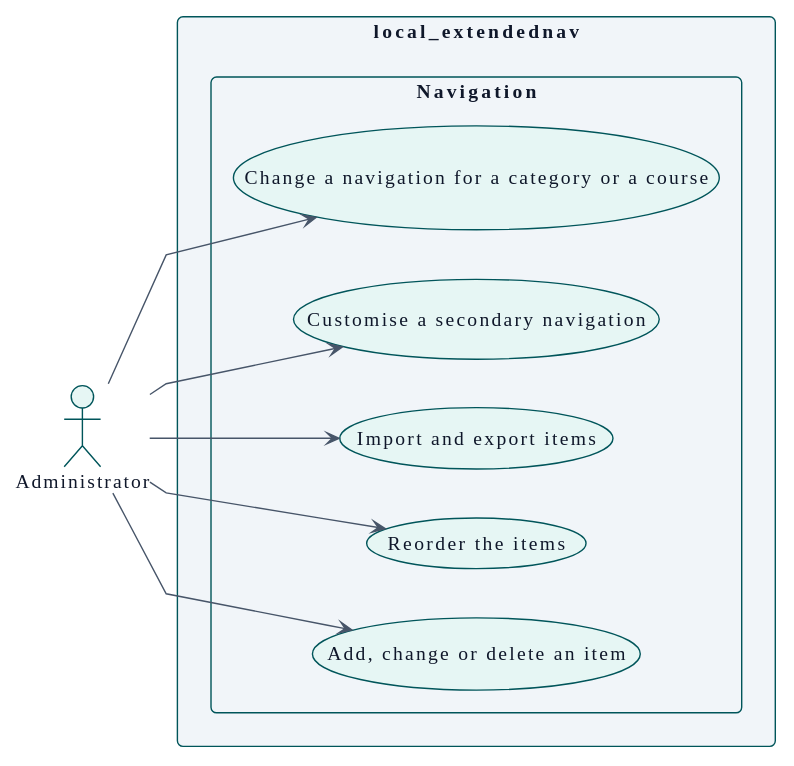
didactika/moodle-local_extendednav keeps this PlantUML diagram as docs/en/technical/requirements/use-cases-administrator.svg. Above is the earlier version.
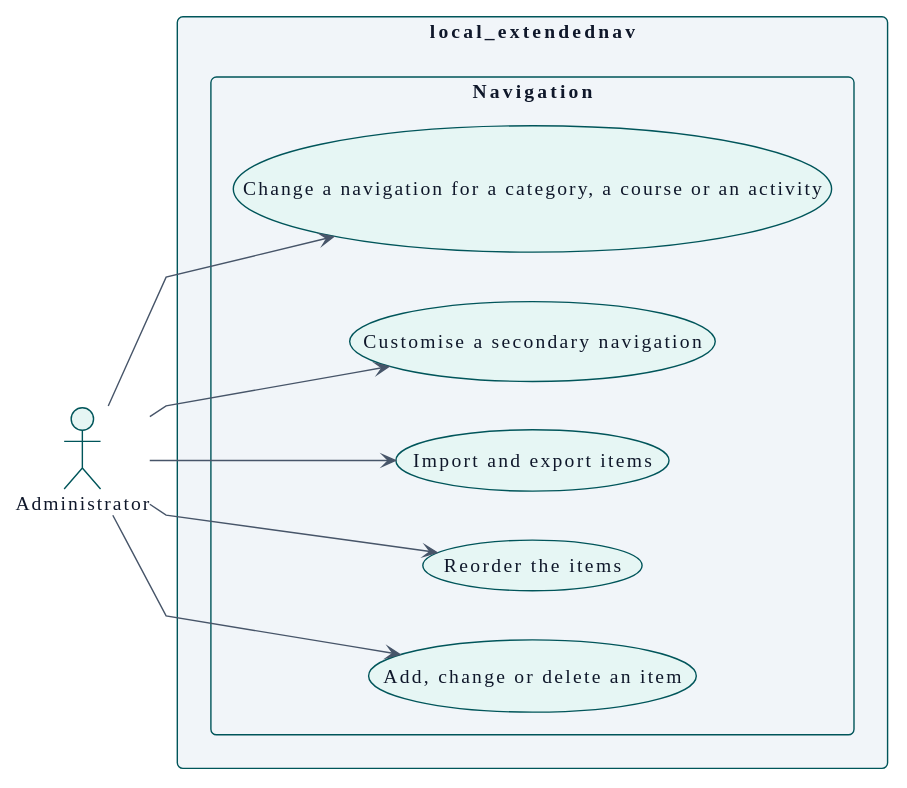
Above is the later version.

Change to the diagram source:
```diff
@@ -114,7 +114,7 @@
     usecase "Reorder the items" as UC_reorderNodes
     usecase "Import and export items" as UC_importNodes
     usecase "Customise a secondary navigation" as UC_customiseSecondaryNavigation
-    usecase "Change a navigation for a category or a course" as UC_setScopeException
+    usecase "Change a navigation for a category, a course or an activity" as UC_setScopeException
   }
 }
 
```
